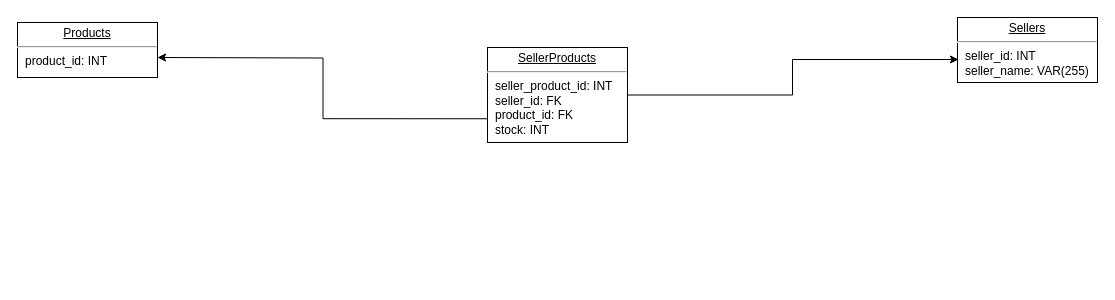
The draw.io diagram Диаграмма без названия.drawio in vinter-man/db_draw_io, before the edit. Source tidied: cells renumbered, new cells numbered last; positions are measured from the earlier drawing's top-left corner, leaving out a move shared by most shapes. Both pictures are drawn from the tidied source at 100%, with x=0, y=0 at pixel (17, 17).
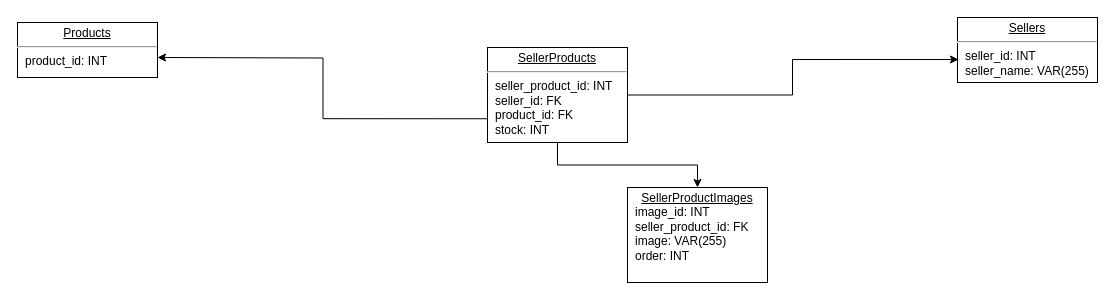
The same diagram, later.

The edit, as a diff of the source:
```diff
@@
 <mxGraphModel>
   <root>
     <mxCell id="0" />
     <mxCell id="1" parent="0" />
     <mxCell id="2" value="&lt;p style=&quot;margin: 0px ; margin-top: 4px ; text-align: center ; text-decoration: underline&quot;&gt;Products&lt;/p&gt;&lt;hr&gt;&lt;p style=&quot;margin: 0px ; margin-left: 8px&quot;&gt;product_id: INT&lt;/p&gt;&lt;p style=&quot;margin: 0px ; margin-left: 8px&quot;&gt;&lt;br&gt;&lt;/p&gt;" style="verticalAlign=top;align=left;overflow=fill;fontSize=12;fontFamily=Helvetica;html=1;rounded=0;shadow=0;comic=0;labelBackgroundColor=none;strokeWidth=1;" parent="1" vertex="1">
       <mxGeometry y="5" width="140" height="55" as="geometry" />
     </mxCell>
     <mxCell id="3" value="&lt;p style=&quot;margin: 0px ; margin-top: 4px ; text-align: center ; text-decoration: underline&quot;&gt;Sellers&lt;/p&gt;&lt;hr&gt;&lt;p style=&quot;margin: 0px ; margin-left: 8px&quot;&gt;seller_id: INT&lt;/p&gt;&lt;p style=&quot;margin: 0px ; margin-left: 8px&quot;&gt;seller_name: VAR(255)&lt;/p&gt;&lt;p style=&quot;margin: 0px ; margin-left: 8px&quot;&gt;&lt;br&gt;&lt;/p&gt;" style="verticalAlign=top;align=left;overflow=fill;fontSize=12;fontFamily=Helvetica;html=1;rounded=0;shadow=0;comic=0;labelBackgroundColor=none;strokeWidth=1;" parent="1" vertex="1">
       <mxGeometry x="940" width="140" height="65" as="geometry" />
     </mxCell>
     <mxCell id="4" style="edgeStyle=orthogonalEdgeStyle;rounded=0;jettySize=auto;html=1;entryX=0.007;entryY=0.646;entryDx=0;entryDy=0;entryPerimeter=0;" parent="1" edge="1" source="6" target="3">
       <mxGeometry relative="1" as="geometry" />
     </mxCell>
     <mxCell id="5" style="edgeStyle=orthogonalEdgeStyle;rounded=0;jettySize=auto;html=1;exitX=0;exitY=0.75;exitDx=0;exitDy=0;" parent="1" edge="1" source="6">
       <mxGeometry relative="1" as="geometry">
         <mxPoint x="140" y="40" as="targetPoint" />
       </mxGeometry>
     </mxCell>
+    <mxCell id="7" style="edgeStyle=orthogonalEdgeStyle;rounded=0;jettySize=auto;html=1;" parent="1" edge="1" source="6" target="8">
+      <mxGeometry relative="1" as="geometry" />
+    </mxCell>
     <mxCell id="6" value="&lt;p style=&quot;margin: 0px ; margin-top: 4px ; text-align: center ; text-decoration: underline&quot;&gt;SellerProducts&lt;/p&gt;&lt;hr&gt;&lt;p style=&quot;margin: 0px ; margin-left: 8px&quot;&gt;seller_product_id: INT&lt;/p&gt;&lt;p style=&quot;margin: 0px ; margin-left: 8px&quot;&gt;seller_id: FK&lt;/p&gt;&lt;p style=&quot;margin: 0px ; margin-left: 8px&quot;&gt;product_id: FK&lt;/p&gt;&lt;p style=&quot;margin: 0px ; margin-left: 8px&quot;&gt;stock: INT&lt;br&gt;&lt;/p&gt;&lt;p style=&quot;margin: 0px ; margin-left: 8px&quot;&gt;&lt;br&gt;&lt;/p&gt;" style="verticalAlign=top;align=left;overflow=fill;fontSize=12;fontFamily=Helvetica;html=1;rounded=0;shadow=0;comic=0;labelBackgroundColor=none;strokeWidth=1;" parent="1" vertex="1">
       <mxGeometry x="470" y="30" width="140" height="95" as="geometry" />
     </mxCell>
+    <mxCell id="8" value="&lt;p style=&quot;margin: 0px ; margin-top: 4px ; text-align: center ; text-decoration: underline&quot;&gt;SellerProductImages&lt;/p&gt;&lt;p style=&quot;margin: 0px ; margin-left: 8px&quot;&gt;image_id: INT&lt;/p&gt;&lt;p style=&quot;margin: 0px ; margin-left: 8px&quot;&gt;seller_product_id: FK&lt;/p&gt;&lt;p style=&quot;margin: 0px ; margin-left: 8px&quot;&gt;image: VAR(255)&lt;/p&gt;&lt;p style=&quot;margin: 0px ; margin-left: 8px&quot;&gt;order: INT&lt;br&gt;&lt;/p&gt;&lt;p style=&quot;margin: 0px ; margin-left: 8px&quot;&gt;&lt;br&gt;&lt;/p&gt;" style="verticalAlign=top;align=left;overflow=fill;fontSize=12;fontFamily=Helvetica;html=1;rounded=0;shadow=0;comic=0;labelBackgroundColor=none;strokeWidth=1;" parent="1" vertex="1">
+      <mxGeometry x="610" y="170" width="140" height="95" as="geometry" />
+    </mxCell>
   </root>
 </mxGraphModel>
```
